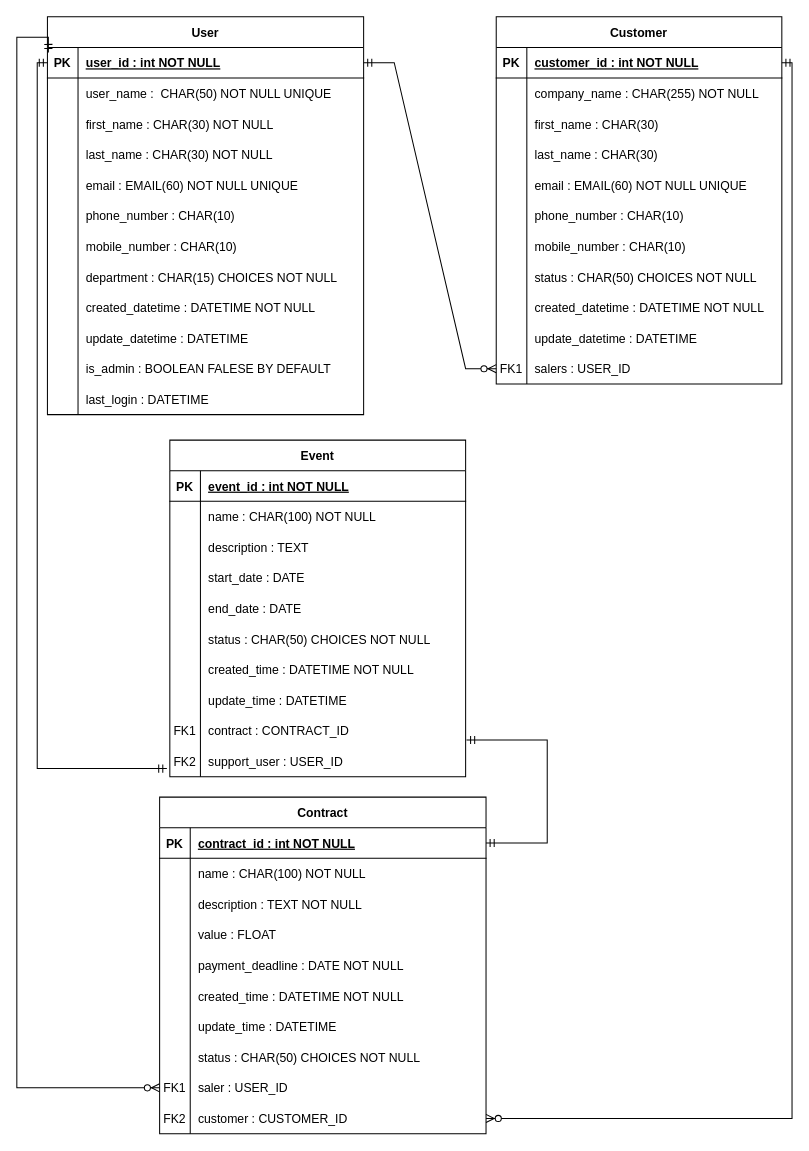
Before: mld.drawio in seah78/P12, a draw.io diagram. Source tidied: cells renumbered, new cells numbered last; positions are measured from the earlier drawing's top-left corner, leaving out a move shared by most shapes. Both pictures are drawn from the tidied source at 102%, with x=0, y=0 at pixel (16, 16).
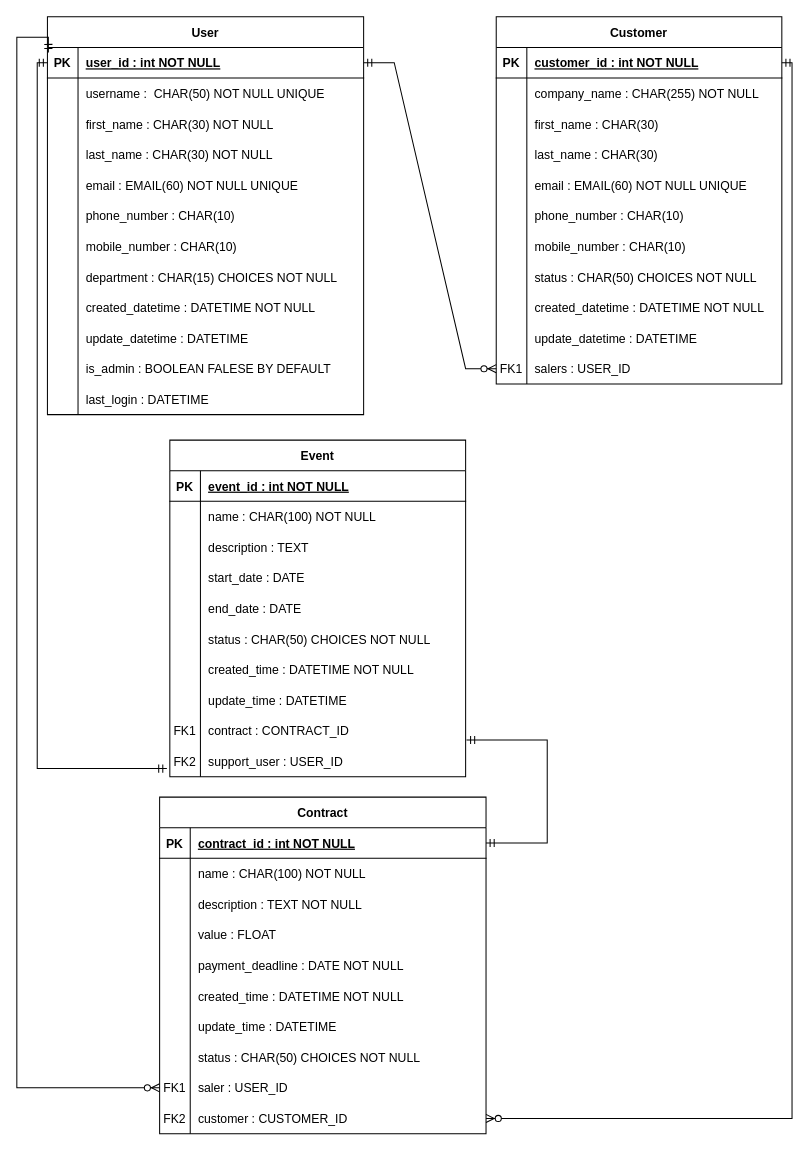
After the change.

The change refers to these unchanged cells:
```xml
<mxCell id="6" style="shape=tableRow;horizontal=0;startSize=0;swimlaneHead=0;swimlaneBody=0;fillColor=none;top=0;left=0;right=0;bottom=0;" parent="2" vertex="1">
  <mxGeometry y="60" width="310" height="30" as="geometry" />
</mxCell>
```

Diff of the diagram source:
```diff
@@
-    <mxCell id="8" value="user_name :  CHAR(50) NOT NULL UNIQUE" style="shape=partialRectangle;fillColor=none;top=0;left=0;bottom=0;right=0;align=left;spacingLeft=6;overflow=hidden;" parent="6" vertex="1">
+    <mxCell id="8" value="username :  CHAR(50) NOT NULL UNIQUE" style="shape=partialRectangle;fillColor=none;top=0;left=0;bottom=0;right=0;align=left;spacingLeft=6;overflow=hidden;" parent="6" vertex="1">
       <mxGeometry x="30" width="280" height="30" as="geometry" />
     </mxCell>
```
